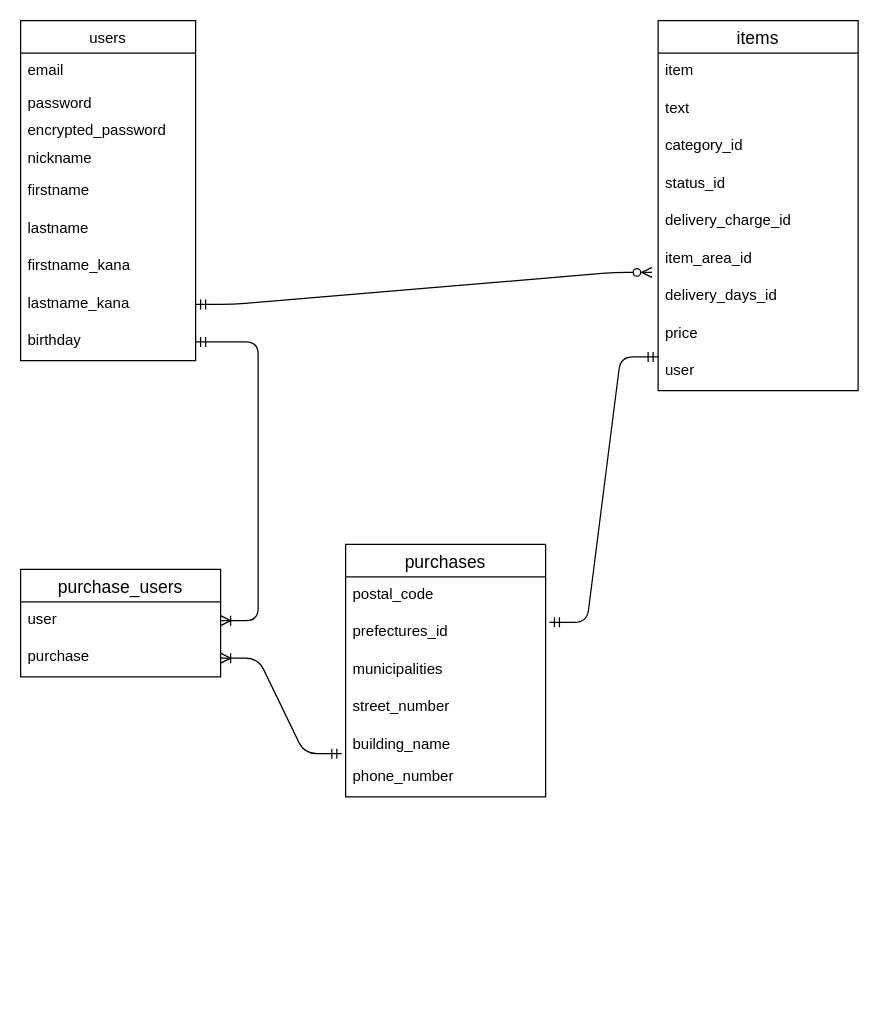
Earlier version of the draw.io diagram furima.dio (kaz-taka-1/furima-35593). Source tidied: cells renumbered, new cells numbered last; positions are measured from the earlier drawing's top-left corner, leaving out a move shared by most shapes. Both pictures are drawn from the tidied source at 125%, with x=0, y=0 at pixel (20, 20).
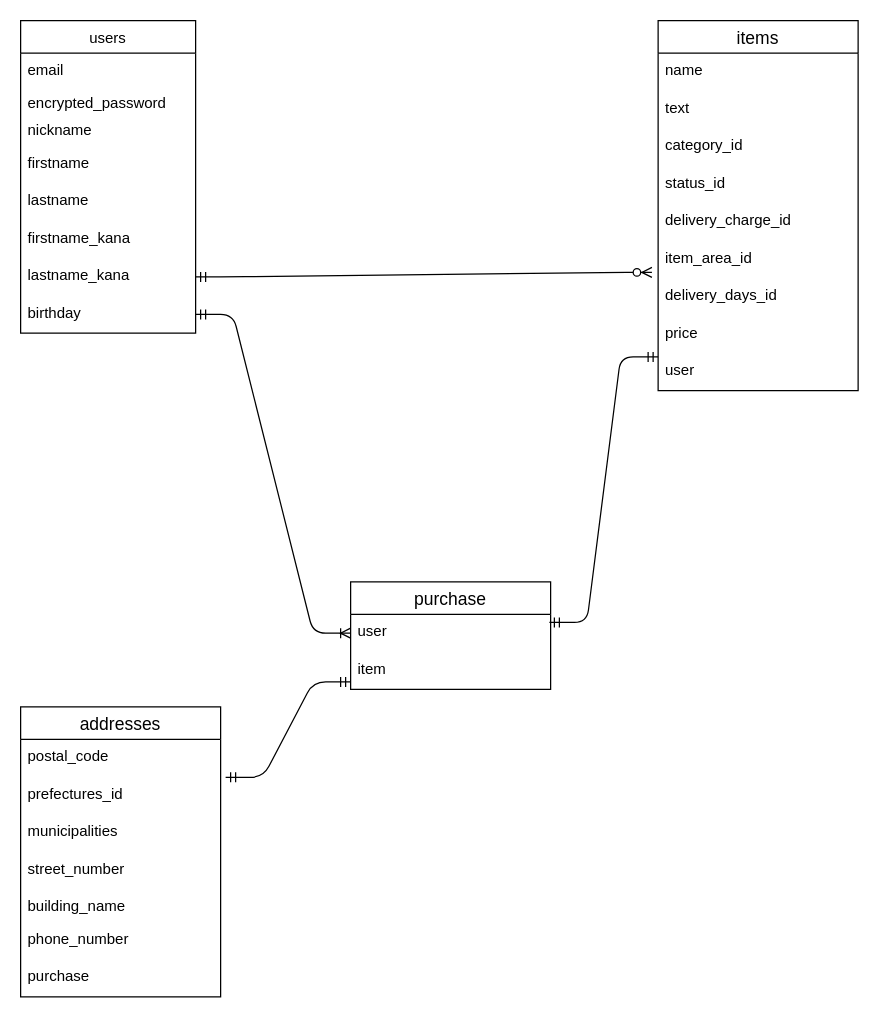
The same diagram, later.

Unchanged cells that the change refers to:
```xml
<mxCell id="12" value="items" style="swimlane;fontStyle=0;horizontal=1;startSize=26;align=center;fontSize=14;" parent="1" vertex="1">
  <mxGeometry x="510" width="160" height="296" as="geometry" />
</mxCell>
<mxCell id="19" value="delivery_days_id" style="text;strokeColor=none;fillColor=none;spacingLeft=4;spacingRight=4;overflow=hidden;points=[[0,0.5],[1,0.5]];portConstraint=eastwest;fontSize=12;" parent="12" vertex="1">
  <mxGeometry y="206" width="160" height="30" as="geometry" />
</mxCell>
```

What changed in the source:
```diff
@@
     <mxCell id="2" value="users" style="swimlane;fontStyle=0;horizontal=1;startSize=26;fillColor=none;" parent="1" vertex="1">
-      <mxGeometry width="140" height="272" as="geometry" />
+      <mxGeometry width="140" height="250" as="geometry" />
     </mxCell>
@@
-    <mxCell id="4" value="password" style="text;strokeColor=none;fillColor=none;align=left;verticalAlign=top;spacingLeft=4;spacingRight=4;overflow=hidden;" parent="2" vertex="1">
-      <mxGeometry y="52" width="140" height="22" as="geometry" />
-    </mxCell>
     <mxCell id="5" value="encrypted_password" style="text;strokeColor=none;fillColor=none;align=left;verticalAlign=top;spacingLeft=4;spacingRight=4;overflow=hidden;" parent="2" vertex="1">
-      <mxGeometry y="74" width="140" height="22" as="geometry" />
+      <mxGeometry y="52" width="140" height="22" as="geometry" />
     </mxCell>
     <mxCell id="6" value="nickname" style="text;strokeColor=none;fillColor=none;align=left;verticalAlign=top;spacingLeft=4;spacingRight=4;overflow=hidden;" parent="2" vertex="1">
-      <mxGeometry y="96" width="140" height="26" as="geometry" />
+      <mxGeometry y="74" width="140" height="26" as="geometry" />
     </mxCell>
     <mxCell id="7" value="firstname" style="text;strokeColor=none;fillColor=none;spacingLeft=4;spacingRight=4;overflow=hidden;fontSize=12;" parent="2" vertex="1">
-      <mxGeometry y="122" width="140" height="30" as="geometry" />
+      <mxGeometry y="100" width="140" height="30" as="geometry" />
     </mxCell>
     <mxCell id="8" value="lastname" style="text;strokeColor=none;fillColor=none;spacingLeft=4;spacingRight=4;overflow=hidden;fontSize=12;" parent="2" vertex="1">
-      <mxGeometry y="152" width="140" height="30" as="geometry" />
+      <mxGeometry y="130" width="140" height="30" as="geometry" />
     </mxCell>
     <mxCell id="9" value="firstname_kana" style="text;strokeColor=none;fillColor=none;spacingLeft=4;spacingRight=4;overflow=hidden;fontSize=12;" parent="2" vertex="1">
-      <mxGeometry y="182" width="140" height="30" as="geometry" />
+      <mxGeometry y="160" width="140" height="30" as="geometry" />
     </mxCell>
     <mxCell id="10" value="lastname_kana" style="text;strokeColor=none;fillColor=none;spacingLeft=4;spacingRight=4;overflow=hidden;points=[[0,0.5],[1,0.5]];portConstraint=eastwest;fontSize=12;" parent="2" vertex="1">
-      <mxGeometry y="212" width="140" height="30" as="geometry" />
+      <mxGeometry y="190" width="140" height="30" as="geometry" />
     </mxCell>
     <mxCell id="11" value="birthday" style="text;strokeColor=none;fillColor=none;spacingLeft=4;spacingRight=4;overflow=hidden;points=[[0,0.5],[1,0.5]];portConstraint=eastwest;fontSize=12;" parent="2" vertex="1">
-      <mxGeometry y="242" width="140" height="30" as="geometry" />
+      <mxGeometry y="220" width="140" height="30" as="geometry" />
     </mxCell>
@@
-    <mxCell id="13" value="item" style="text;strokeColor=none;fillColor=none;spacingLeft=4;spacingRight=4;overflow=hidden;fontSize=12;" parent="12" vertex="1">
+    <mxCell id="13" value="name" style="text;strokeColor=none;fillColor=none;spacingLeft=4;spacingRight=4;overflow=hidden;fontSize=12;" parent="12" vertex="1">
       <mxGeometry y="26" width="160" height="30" as="geometry" />
     </mxCell>
@@
-    <mxCell id="22" value="purchases" style="swimlane;fontStyle=0;horizontal=1;startSize=26;align=center;fontSize=14;" parent="1" vertex="1">
-      <mxGeometry x="260" y="419" width="160" height="202" as="geometry" />
-    </mxCell>
+    <mxCell id="29" style="edgeStyle=entityRelationEdgeStyle;fontSize=12;html=1;endArrow=ERzeroToMany;startArrow=ERmandOne;exitX=1;exitY=0.5;exitDx=0;exitDy=0;entryX=-0.031;entryY=-0.153;entryDx=0;entryDy=0;entryPerimeter=0;" parent="1" edge="1" source="10" target="19">
+      <mxGeometry relative="1" as="geometry" />
+    </mxCell>
+    <mxCell id="30" value="purchase" style="swimlane;fontStyle=0;horizontal=1;startSize=26;align=center;fontSize=14;" parent="1" vertex="1">
+      <mxGeometry x="264" y="449" width="160" height="86" as="geometry" />
+    </mxCell>
+    <mxCell id="31" value="user" style="text;strokeColor=none;fillColor=none;spacingLeft=4;spacingRight=4;overflow=hidden;points=[[0,0.5],[1,0.5]];portConstraint=eastwest;fontSize=12;" parent="30" vertex="1">
+      <mxGeometry y="26" width="160" height="30" as="geometry" />
+    </mxCell>
+    <mxCell id="32" value="item" style="text;strokeColor=none;fillColor=none;spacingLeft=4;spacingRight=4;overflow=hidden;points=[[0,0.5],[1,0.5]];portConstraint=eastwest;fontSize=12;" parent="30" vertex="1">
+      <mxGeometry y="56" width="160" height="30" as="geometry" />
+    </mxCell>
+    <mxCell id="33" style="edgeStyle=entityRelationEdgeStyle;fontSize=12;html=1;endArrow=ERoneToMany;startArrow=ERmandOne;exitX=1;exitY=0.5;exitDx=0;exitDy=0;" parent="1" edge="1" source="11" target="31">
+      <mxGeometry relative="1" as="geometry" />
+    </mxCell>
+    <mxCell id="34" style="edgeStyle=entityRelationEdgeStyle;fontSize=12;html=1;endArrow=ERmandOne;startArrow=ERmandOne;exitX=1.019;exitY=0.213;exitDx=0;exitDy=0;exitPerimeter=0;" parent="1" edge="1">
+      <mxGeometry relative="1" as="geometry">
+        <mxPoint x="423" y="481.4" as="sourcePoint" />
+        <mxPoint x="510" y="269" as="targetPoint" />
+      </mxGeometry>
+    </mxCell>
+    <mxCell id="36" value="addresses" style="swimlane;fontStyle=0;horizontal=1;startSize=26;align=center;fontSize=14;" parent="1" vertex="1">
+      <mxGeometry y="549" width="160" height="232" as="geometry" />
+    </mxCell>
-    <mxCell id="23" value="postal_code" style="text;strokeColor=none;fillColor=none;spacingLeft=4;spacingRight=4;overflow=hidden;fontSize=12;" parent="22" vertex="1">
+    <mxCell id="23" value="postal_code" style="text;strokeColor=none;fillColor=none;spacingLeft=4;spacingRight=4;overflow=hidden;fontSize=12;" parent="36" vertex="1">
       <mxGeometry y="26" width="160" height="30" as="geometry" />
     </mxCell>
-    <mxCell id="24" value="prefectures_id" style="text;strokeColor=none;fillColor=none;spacingLeft=4;spacingRight=4;overflow=hidden;points=[[0,0.5],[1,0.5]];portConstraint=eastwest;fontSize=12;" parent="22" vertex="1">
+    <mxCell id="24" value="prefectures_id" style="text;strokeColor=none;fillColor=none;spacingLeft=4;spacingRight=4;overflow=hidden;points=[[0,0.5],[1,0.5]];portConstraint=eastwest;fontSize=12;" parent="36" vertex="1">
       <mxGeometry y="56" width="160" height="30" as="geometry" />
     </mxCell>
-    <mxCell id="25" value="municipalities" style="text;strokeColor=none;fillColor=none;spacingLeft=4;spacingRight=4;overflow=hidden;fontSize=12;" parent="22" vertex="1">
+    <mxCell id="25" value="municipalities" style="text;strokeColor=none;fillColor=none;spacingLeft=4;spacingRight=4;overflow=hidden;fontSize=12;" parent="36" vertex="1">
       <mxGeometry y="86" width="160" height="30" as="geometry" />
     </mxCell>
-    <mxCell id="26" value="street_number" style="text;strokeColor=none;fillColor=none;spacingLeft=4;spacingRight=4;overflow=hidden;fontSize=12;" parent="22" vertex="1">
+    <mxCell id="26" value="street_number" style="text;strokeColor=none;fillColor=none;spacingLeft=4;spacingRight=4;overflow=hidden;fontSize=12;" parent="36" vertex="1">
       <mxGeometry y="116" width="160" height="30" as="geometry" />
     </mxCell>
-    <mxCell id="27" value="building_name" style="text;strokeColor=none;fillColor=none;spacingLeft=4;spacingRight=4;overflow=hidden;points=[[0,0.5],[1,0.5]];portConstraint=eastwest;fontSize=12;" parent="22" vertex="1">
+    <mxCell id="27" value="building_name" style="text;strokeColor=none;fillColor=none;spacingLeft=4;spacingRight=4;overflow=hidden;points=[[0,0.5],[1,0.5]];portConstraint=eastwest;fontSize=12;" parent="36" vertex="1">
       <mxGeometry y="146" width="160" height="26" as="geometry" />
     </mxCell>
-    <mxCell id="28" value="phone_number" style="text;strokeColor=none;fillColor=none;spacingLeft=4;spacingRight=4;overflow=hidden;fontSize=12;" parent="22" vertex="1">
+    <mxCell id="28" value="phone_number" style="text;strokeColor=none;fillColor=none;spacingLeft=4;spacingRight=4;overflow=hidden;fontSize=12;" parent="36" vertex="1">
       <mxGeometry y="172" width="160" height="30" as="geometry" />
     </mxCell>
-    <mxCell id="29" style="edgeStyle=entityRelationEdgeStyle;fontSize=12;html=1;endArrow=ERzeroToMany;startArrow=ERmandOne;exitX=1;exitY=0.5;exitDx=0;exitDy=0;entryX=-0.031;entryY=-0.153;entryDx=0;entryDy=0;entryPerimeter=0;" parent="1" edge="1" source="10" target="19">
-      <mxGeometry relative="1" as="geometry" />
-    </mxCell>
-    <mxCell id="30" value="purchase_users" style="swimlane;fontStyle=0;horizontal=1;startSize=26;align=center;fontSize=14;" parent="1" vertex="1">
-      <mxGeometry y="439" width="160" height="86" as="geometry" />
-    </mxCell>
-    <mxCell id="31" value="user" style="text;strokeColor=none;fillColor=none;spacingLeft=4;spacingRight=4;overflow=hidden;points=[[0,0.5],[1,0.5]];portConstraint=eastwest;fontSize=12;" parent="30" vertex="1">
-      <mxGeometry y="26" width="160" height="30" as="geometry" />
-    </mxCell>
-    <mxCell id="32" value="purchase" style="text;strokeColor=none;fillColor=none;spacingLeft=4;spacingRight=4;overflow=hidden;points=[[0,0.5],[1,0.5]];portConstraint=eastwest;fontSize=12;" parent="30" vertex="1">
-      <mxGeometry y="56" width="160" height="30" as="geometry" />
-    </mxCell>
-    <mxCell id="33" style="edgeStyle=entityRelationEdgeStyle;fontSize=12;html=1;endArrow=ERoneToMany;startArrow=ERmandOne;exitX=1;exitY=0.5;exitDx=0;exitDy=0;" parent="1" edge="1" source="11" target="31">
-      <mxGeometry relative="1" as="geometry" />
-    </mxCell>
-    <mxCell id="34" style="edgeStyle=entityRelationEdgeStyle;fontSize=12;html=1;endArrow=ERmandOne;startArrow=ERmandOne;exitX=1.019;exitY=0.213;exitDx=0;exitDy=0;exitPerimeter=0;" parent="1" edge="1" source="24">
-      <mxGeometry relative="1" as="geometry">
-        <mxPoint x="510" y="269" as="targetPoint" />
-      </mxGeometry>
-    </mxCell>
-    <mxCell id="35" style="edgeStyle=entityRelationEdgeStyle;fontSize=12;html=1;endArrow=ERoneToMany;startArrow=ERmandOne;exitX=-0.019;exitY=0.823;exitDx=0;exitDy=0;exitPerimeter=0;" parent="1" edge="1" source="27" target="32">
-      <mxGeometry relative="1" as="geometry" />
-    </mxCell>
+    <mxCell id="37" value="purchase" style="text;strokeColor=none;fillColor=none;spacingLeft=4;spacingRight=4;overflow=hidden;fontSize=12;" parent="36" vertex="1">
+      <mxGeometry y="202" width="160" height="30" as="geometry" />
+    </mxCell>
+    <mxCell id="38" style="edgeStyle=entityRelationEdgeStyle;fontSize=12;html=1;endArrow=ERmandOne;startArrow=ERmandOne;exitX=1.025;exitY=0.013;exitDx=0;exitDy=0;exitPerimeter=0;" parent="1" edge="1" source="24">
+      <mxGeometry relative="1" as="geometry">
+        <mxPoint x="264" y="529" as="targetPoint" />
+      </mxGeometry>
+    </mxCell>
```
